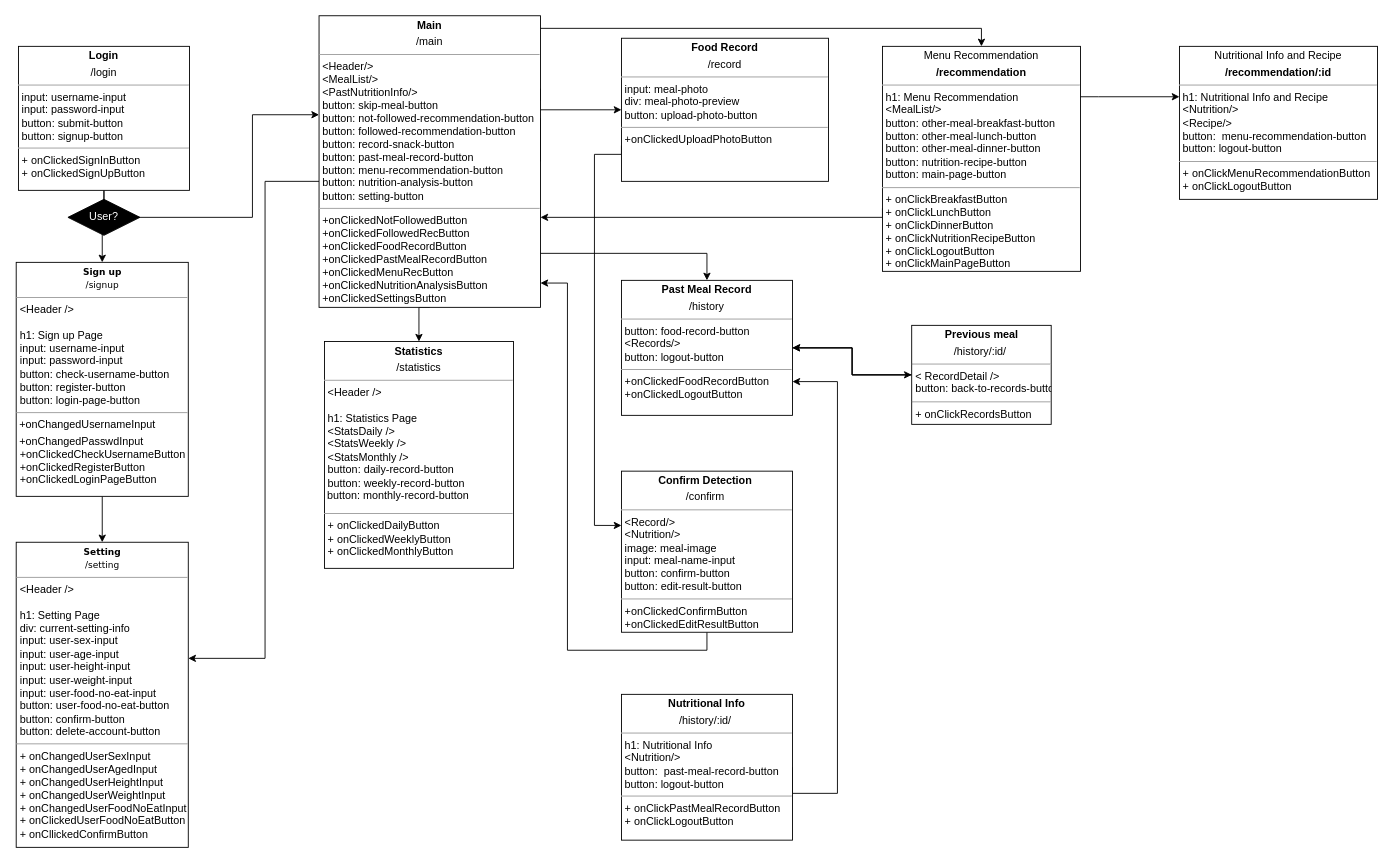
Above: diagrams/Frontend_UML.drawio in swsnu/swpp2021-team5 (draw.io), before the change. Source tidied: cells renumbered, new cells numbered last; positions are measured from the earlier drawing's top-left corner, leaving out a move shared by most shapes. Both pictures are drawn from the tidied source at 90%, with x=0, y=0 at pixel (16, 15).
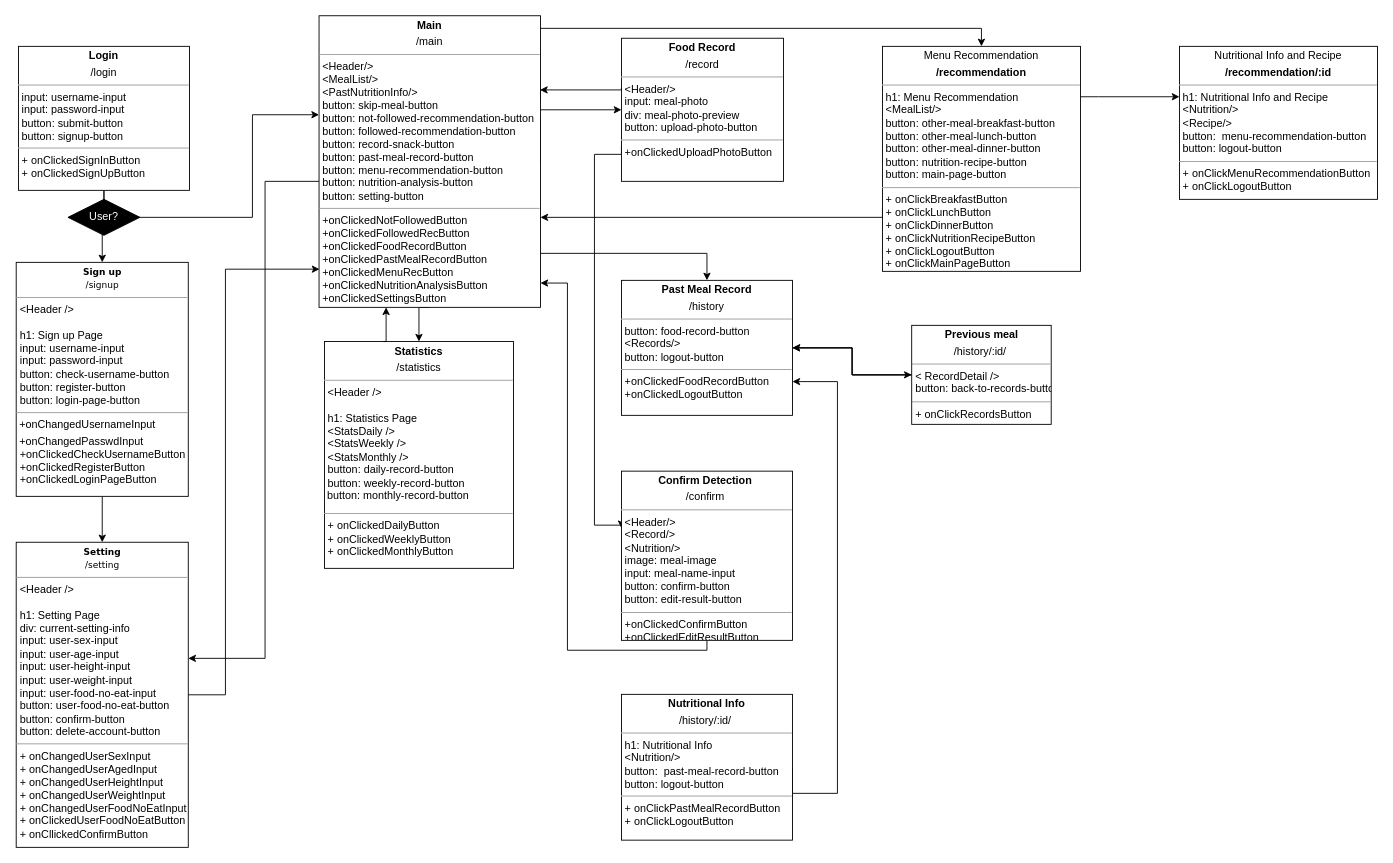
The same diagram, later.

The change refers to these unchanged cells:
```xml
<mxCell id="9" value="&lt;p style=&quot;margin: 0px ; margin-top: 4px ; text-align: center&quot;&gt;&lt;b&gt;Main&lt;/b&gt;&lt;/p&gt;&lt;p style=&quot;margin: 0px ; margin-top: 4px ; text-align: center&quot;&gt;/main&lt;/p&gt;&lt;hr size=&quot;1&quot;&gt;&lt;p style=&quot;margin: 0px ; margin-left: 4px&quot;&gt;&lt;span&gt;&amp;lt;Header/&amp;gt;&lt;/span&gt;&lt;/p&gt;&lt;p style=&quot;margin: 0px ; margin-left: 4px&quot;&gt;&lt;span&gt;&amp;lt;MealList/&amp;gt;&lt;/span&gt;&lt;br&gt;&lt;/p&gt;&lt;p style=&quot;margin: 0px ; margin-left: 4px&quot;&gt;&amp;lt;PastNutritionInfo/&amp;gt;&lt;/p&gt;&lt;p style=&quot;margin: 0px ; margin-left: 4px&quot;&gt;button: skip-meal-button&lt;/p&gt;&lt;p style=&quot;margin: 0px ; margin-left: 4px&quot;&gt;button: not-followed-recommendation-button&lt;/p&gt;&lt;p style=&quot;margin: 0px 0px 0px 4px&quot;&gt;button: followed-recommendation-button&lt;/p&gt;&lt;p style=&quot;margin: 0px ; margin-left: 4px&quot;&gt;&lt;span&gt;button: record-snack-button&lt;/span&gt;&lt;br&gt;&lt;/p&gt;&lt;p style=&quot;margin: 0px 0px 0px 4px&quot;&gt;button: past-meal-record-button&lt;/p&gt;&lt;p style=&quot;margin: 0px 0px 0px 4px&quot;&gt;button: menu-recommendation-button&lt;/p&gt;&lt;p style=&quot;margin: 0px 0px 0px 4px&quot;&gt;button: nutrition-analysis-button&lt;/p&gt;&lt;p style=&quot;margin: 0px 0px 0px 4px&quot;&gt;&lt;span&gt;button: setting-button&lt;/span&gt;&lt;br&gt;&lt;/p&gt;&lt;hr size=&quot;1&quot;&gt;&lt;p style=&quot;margin: 0px ; margin-left: 4px&quot;&gt;+onClickedNotFollowedButton&lt;/p&gt;&lt;p style=&quot;margin: 0px ; margin-left: 4px&quot;&gt;+onClickedFollowedRecButton&lt;br&gt;&lt;/p&gt;&lt;p style=&quot;margin: 0px ; margin-left: 4px&quot;&gt;+onClickedFoodRecordButton&lt;/p&gt;&lt;p style=&quot;margin: 0px 0px 0px 4px&quot;&gt;+onClickedPastMealRecordButton&lt;/p&gt;&lt;p style=&quot;margin: 0px ; margin-left: 4px&quot;&gt;+onClickedMenuRecButton&lt;/p&gt;&lt;p style=&quot;margin: 0px ; margin-left: 4px&quot;&gt;+onClickedNutritionAnalysisButton&lt;/p&gt;&lt;p style=&quot;margin: 0px ; margin-left: 4px&quot;&gt;&lt;span&gt;+onClickedSettingsButton&lt;/span&gt;&lt;br&gt;&lt;/p&gt;" style="verticalAlign=top;align=left;overflow=fill;fontSize=12;fontFamily=Helvetica;html=1;rounded=0;shadow=0;comic=0;labelBackgroundColor=none;strokeWidth=1;" parent="1" vertex="1">
  <mxGeometry x="336" width="246" height="324" as="geometry" />
</mxCell>
<mxCell id="21" value="&lt;p style=&quot;margin: 4px 0px 0px ; text-align: center&quot;&gt;&lt;b style=&quot;font-family: &amp;#34;verdana&amp;#34; ; font-size: 10px&quot;&gt;Setting&lt;/b&gt;&lt;br style=&quot;font-family: &amp;#34;verdana&amp;#34; ; font-size: 10px&quot;&gt;&lt;span style=&quot;font-family: &amp;#34;verdana&amp;#34; ; font-size: 10px&quot;&gt;/setting&lt;/span&gt;&lt;br&gt;&lt;/p&gt;&lt;hr size=&quot;1&quot;&gt;&lt;p style=&quot;margin: 0px 0px 0px 4px&quot;&gt;&amp;lt;Header /&amp;gt;&lt;br&gt;&lt;/p&gt;&lt;p style=&quot;margin: 0px 0px 0px 4px&quot;&gt;&lt;br&gt;&lt;/p&gt;&lt;p style=&quot;margin: 0px 0px 0px 4px&quot;&gt;h1: Setting Page&lt;/p&gt;&lt;p style=&quot;margin: 0px 0px 0px 4px&quot;&gt;div: current-setting-info&lt;/p&gt;&lt;p style=&quot;margin: 0px 0px 0px 4px&quot;&gt;input: user-sex-input&lt;/p&gt;&lt;p style=&quot;margin: 0px 0px 0px 4px&quot;&gt;input: user-age-input&lt;/p&gt;&lt;p style=&quot;margin: 0px 0px 0px 4px&quot;&gt;input: user-height-input&lt;/p&gt;&lt;p style=&quot;margin: 0px 0px 0px 4px&quot;&gt;input: user-weight-input&lt;/p&gt;&lt;p style=&quot;margin: 0px 0px 0px 4px&quot;&gt;input: user-food-no-eat-input&lt;br&gt;&lt;/p&gt;&lt;p style=&quot;margin: 0px 0px 0px 4px&quot;&gt;button: user-food-no-eat-button&lt;/p&gt;&lt;p style=&quot;margin: 0px 0px 0px 4px&quot;&gt;button: confirm-button&lt;br&gt;&lt;/p&gt;&lt;p style=&quot;margin: 0px 0px 0px 4px&quot;&gt;button: delete-account-button&lt;/p&gt;&lt;hr size=&quot;1&quot;&gt;&lt;p style=&quot;margin: 0px 0px 0px 4px&quot;&gt;+ onChangedUserSexInput&lt;/p&gt;&lt;p style=&quot;margin: 0px 0px 0px 4px&quot;&gt;+ onChangedUserAgedInput&lt;/p&gt;&lt;p style=&quot;margin: 0px 0px 0px 4px&quot;&gt;+ onChangedUserHeightInput&lt;/p&gt;&lt;p style=&quot;margin: 0px 0px 0px 4px&quot;&gt;+ onChangedUserWeightInput&lt;/p&gt;&lt;p style=&quot;margin: 0px 0px 0px 4px&quot;&gt;+ onChangedUserFoodNoEatInput&lt;/p&gt;&lt;p style=&quot;margin: 0px 0px 0px 4px&quot;&gt;+ onClickedUserFoodNoEatButton&lt;/p&gt;&lt;p style=&quot;margin: 0px 0px 0px 4px&quot;&gt;+ onCllickedConfirmButton&lt;/p&gt;" style="verticalAlign=top;align=left;overflow=fill;fontSize=12;fontFamily=Helvetica;html=1;" parent="1" vertex="1">
  <mxGeometry x="-0.5" y="585" width="191.2" height="339" as="geometry" />
</mxCell>
```

What changed in the source:
```diff
@@
-    <mxCell id="15" value="&lt;p style=&quot;margin: 0px ; margin-top: 4px ; text-align: center&quot;&gt;&lt;b&gt;Food Record&lt;/b&gt;&lt;/p&gt;&lt;p style=&quot;margin: 0px ; margin-top: 4px ; text-align: center&quot;&gt;/record&lt;/p&gt;&lt;hr size=&quot;1&quot;&gt;&lt;p style=&quot;margin: 0px ; margin-left: 4px&quot;&gt;&lt;span&gt;input: meal-photo&lt;/span&gt;&lt;/p&gt;&lt;p style=&quot;margin: 0px ; margin-left: 4px&quot;&gt;&lt;span&gt;div: meal-photo-preview&lt;/span&gt;&lt;/p&gt;&lt;p style=&quot;margin: 0px ; margin-left: 4px&quot;&gt;&lt;span&gt;button: upload-photo-button&lt;/span&gt;&lt;/p&gt;&lt;hr size=&quot;1&quot;&gt;&lt;p style=&quot;margin: 0px ; margin-left: 4px&quot;&gt;&lt;span&gt;+onClickedUploadPhotoButton&lt;/span&gt;&lt;br&gt;&lt;/p&gt;&lt;p style=&quot;margin: 0px ; margin-left: 4px&quot;&gt;&lt;br&gt;&lt;/p&gt;" style="verticalAlign=top;align=left;overflow=fill;fontSize=12;fontFamily=Helvetica;html=1;rounded=0;shadow=0;comic=0;labelBackgroundColor=none;strokeWidth=1;" parent="1" vertex="1">
-      <mxGeometry x="672" y="25" width="230" height="159" as="geometry" />
+    <mxCell id="15" value="&lt;p style=&quot;margin: 0px ; margin-top: 4px ; text-align: center&quot;&gt;&lt;b&gt;Food Record&lt;/b&gt;&lt;/p&gt;&lt;p style=&quot;margin: 0px ; margin-top: 4px ; text-align: center&quot;&gt;/record&lt;/p&gt;&lt;hr size=&quot;1&quot;&gt;&lt;p style=&quot;margin: 0px ; margin-left: 4px&quot;&gt;&lt;span&gt;&amp;lt;Header/&amp;gt;&lt;/span&gt;&lt;/p&gt;&lt;p style=&quot;margin: 0px ; margin-left: 4px&quot;&gt;&lt;span&gt;input: meal-photo&lt;/span&gt;&lt;/p&gt;&lt;p style=&quot;margin: 0px ; margin-left: 4px&quot;&gt;&lt;span&gt;div: meal-photo-preview&lt;/span&gt;&lt;/p&gt;&lt;p style=&quot;margin: 0px ; margin-left: 4px&quot;&gt;&lt;span&gt;button: upload-photo-button&lt;/span&gt;&lt;/p&gt;&lt;hr size=&quot;1&quot;&gt;&lt;p style=&quot;margin: 0px ; margin-left: 4px&quot;&gt;&lt;span&gt;+onClickedUploadPhotoButton&lt;/span&gt;&lt;br&gt;&lt;/p&gt;&lt;p style=&quot;margin: 0px ; margin-left: 4px&quot;&gt;&lt;br&gt;&lt;/p&gt;" style="verticalAlign=top;align=left;overflow=fill;fontSize=12;fontFamily=Helvetica;html=1;rounded=0;shadow=0;comic=0;labelBackgroundColor=none;strokeWidth=1;" parent="1" vertex="1">
+      <mxGeometry x="672" y="25" width="180" height="159" as="geometry" />
     </mxCell>
@@
-    <mxCell id="23" value="&lt;p style=&quot;margin: 0px ; margin-top: 4px ; text-align: center&quot;&gt;&lt;b&gt;Confirm Detection&amp;nbsp;&lt;/b&gt;&lt;/p&gt;&lt;p style=&quot;margin: 0px ; margin-top: 4px ; text-align: center&quot;&gt;/confirm&lt;b&gt;&amp;nbsp;&lt;/b&gt;&lt;/p&gt;&lt;hr size=&quot;1&quot;&gt;&lt;p style=&quot;margin: 0px ; margin-left: 4px&quot;&gt;&amp;lt;Record/&amp;gt;&lt;/p&gt;&lt;p style=&quot;margin: 0px ; margin-left: 4px&quot;&gt;&amp;lt;Nutrition/&amp;gt;&lt;/p&gt;&lt;p style=&quot;margin: 0px ; margin-left: 4px&quot;&gt;image: meal-image&lt;/p&gt;&lt;p style=&quot;margin: 0px ; margin-left: 4px&quot;&gt;input: meal-name-input&lt;/p&gt;&lt;p style=&quot;margin: 0px ; margin-left: 4px&quot;&gt;&lt;span&gt;button: confirm-button&lt;/span&gt;&lt;br&gt;&lt;/p&gt;&lt;p style=&quot;margin: 0px ; margin-left: 4px&quot;&gt;button: edit-result-button&lt;/p&gt;&lt;hr size=&quot;1&quot;&gt;&lt;p style=&quot;margin: 0px ; margin-left: 4px&quot;&gt;+onClickedConfirmButton&lt;/p&gt;&lt;p style=&quot;margin: 0px ; margin-left: 4px&quot;&gt;+onClickedEditResultButton&lt;/p&gt;&lt;p style=&quot;margin: 0px ; margin-left: 4px&quot;&gt;&lt;br&gt;&lt;/p&gt;&lt;p style=&quot;margin: 0px ; margin-left: 4px&quot;&gt;&lt;br&gt;&lt;/p&gt;" style="verticalAlign=top;align=left;overflow=fill;fontSize=12;fontFamily=Helvetica;html=1;" parent="1" vertex="1">
-      <mxGeometry x="672" y="506" width="190" height="179" as="geometry" />
+    <mxCell id="23" value="&lt;p style=&quot;margin: 0px ; margin-top: 4px ; text-align: center&quot;&gt;&lt;b&gt;Confirm Detection&amp;nbsp;&lt;/b&gt;&lt;/p&gt;&lt;p style=&quot;margin: 0px ; margin-top: 4px ; text-align: center&quot;&gt;/confirm&lt;b&gt;&amp;nbsp;&lt;/b&gt;&lt;/p&gt;&lt;hr size=&quot;1&quot;&gt;&lt;p style=&quot;margin: 0px ; margin-left: 4px&quot;&gt;&amp;lt;Header/&amp;gt;&lt;/p&gt;&lt;p style=&quot;margin: 0px ; margin-left: 4px&quot;&gt;&amp;lt;Record/&amp;gt;&lt;/p&gt;&lt;p style=&quot;margin: 0px ; margin-left: 4px&quot;&gt;&amp;lt;Nutrition/&amp;gt;&lt;/p&gt;&lt;p style=&quot;margin: 0px ; margin-left: 4px&quot;&gt;image: meal-image&lt;/p&gt;&lt;p style=&quot;margin: 0px ; margin-left: 4px&quot;&gt;input: meal-name-input&lt;/p&gt;&lt;p style=&quot;margin: 0px ; margin-left: 4px&quot;&gt;&lt;span&gt;button: confirm-button&lt;/span&gt;&lt;br&gt;&lt;/p&gt;&lt;p style=&quot;margin: 0px ; margin-left: 4px&quot;&gt;button: edit-result-button&lt;/p&gt;&lt;hr size=&quot;1&quot;&gt;&lt;p style=&quot;margin: 0px ; margin-left: 4px&quot;&gt;+onClickedConfirmButton&lt;/p&gt;&lt;p style=&quot;margin: 0px ; margin-left: 4px&quot;&gt;+onClickedEditResultButton&lt;/p&gt;&lt;p style=&quot;margin: 0px ; margin-left: 4px&quot;&gt;&lt;br&gt;&lt;/p&gt;&lt;p style=&quot;margin: 0px ; margin-left: 4px&quot;&gt;&lt;br&gt;&lt;/p&gt;" style="verticalAlign=top;align=left;overflow=fill;fontSize=12;fontFamily=Helvetica;html=1;" parent="1" vertex="1">
+      <mxGeometry x="672" y="506" width="190" height="188" as="geometry" />
     </mxCell>
@@
+    <mxCell id="31" style="endArrow=classic;html=1;rounded=0;entryX=0.002;entryY=0.869;entryDx=0;entryDy=0;entryPerimeter=0;edgeStyle=orthogonalEdgeStyle;" parent="1" edge="1" source="21" target="9">
+      <mxGeometry relative="1" as="geometry">
+        <Array as="points">
+          <mxPoint x="232" y="755" />
+          <mxPoint x="232" y="282" />
+        </Array>
+      </mxGeometry>
+    </mxCell>
+    <mxCell id="32" style="edgeStyle=orthogonalEdgeStyle;rounded=0;orthogonalLoop=1;jettySize=auto;html=1;exitX=0.25;exitY=0;exitDx=0;exitDy=0;entryX=0.25;entryY=1;entryDx=0;entryDy=0;fontColor=#FFFFFF;" parent="1" edge="1">
+      <mxGeometry relative="1" as="geometry">
+        <mxPoint x="407.5" y="362" as="sourcePoint" />
+        <mxPoint x="410.5" y="324" as="targetPoint" />
+      </mxGeometry>
+    </mxCell>
+    <mxCell id="33" style="edgeStyle=orthogonalEdgeStyle;rounded=0;orthogonalLoop=1;jettySize=auto;html=1;exitX=0;exitY=0.25;exitDx=0;exitDy=0;entryX=0.998;entryY=0.208;entryDx=0;entryDy=0;fontColor=#FFFFFF;entryPerimeter=0;" parent="1" edge="1">
+      <mxGeometry relative="1" as="geometry">
+        <mxPoint x="672" y="79.8" as="sourcePoint" />
+        <mxPoint x="581.5" y="82.4" as="targetPoint" />
+        <Array as="points">
+          <mxPoint x="672" y="82" />
+        </Array>
+      </mxGeometry>
+    </mxCell>
```
